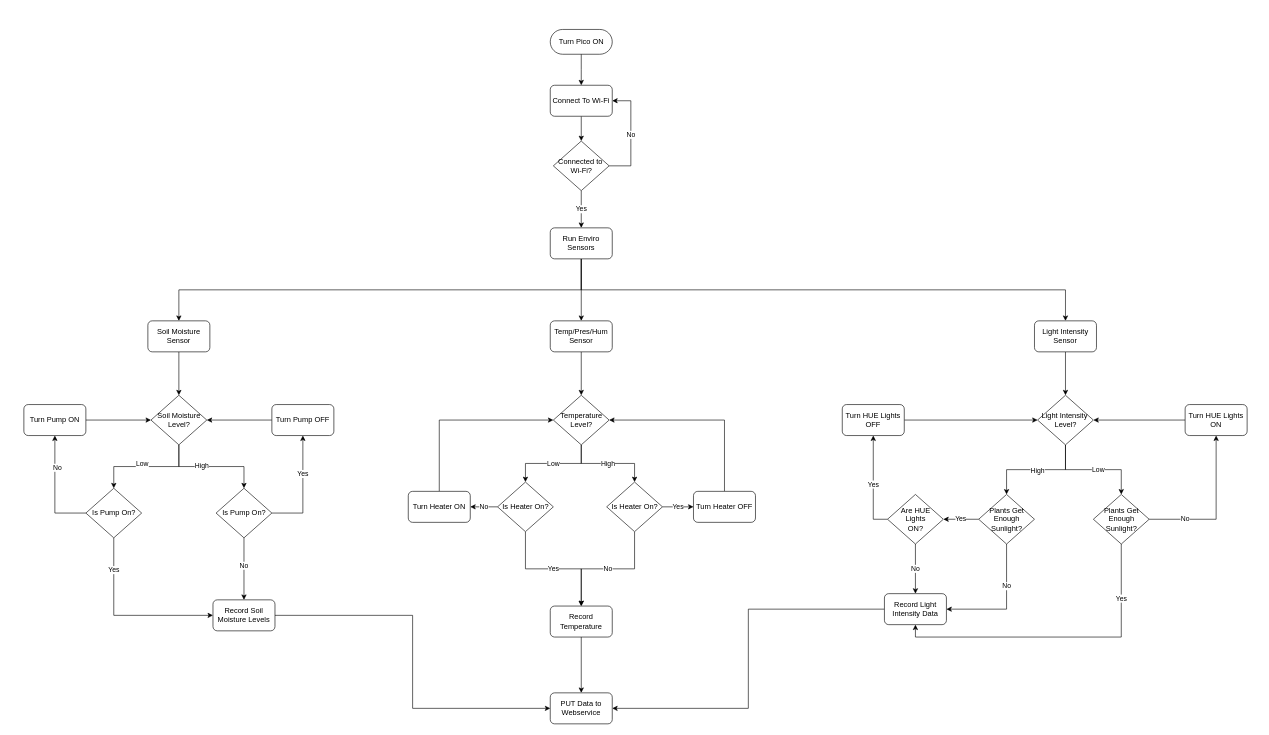
Above: Greenhouse.drawio in gagansopori/smart-greenhouse (draw.io), before the change. Source tidied: cells renumbered, new cells numbered last; positions are measured from the earlier drawing's top-left corner, leaving out a move shared by most shapes. Both pictures are drawn from the tidied source at 62%, with x=0, y=0 at pixel (24, 29).
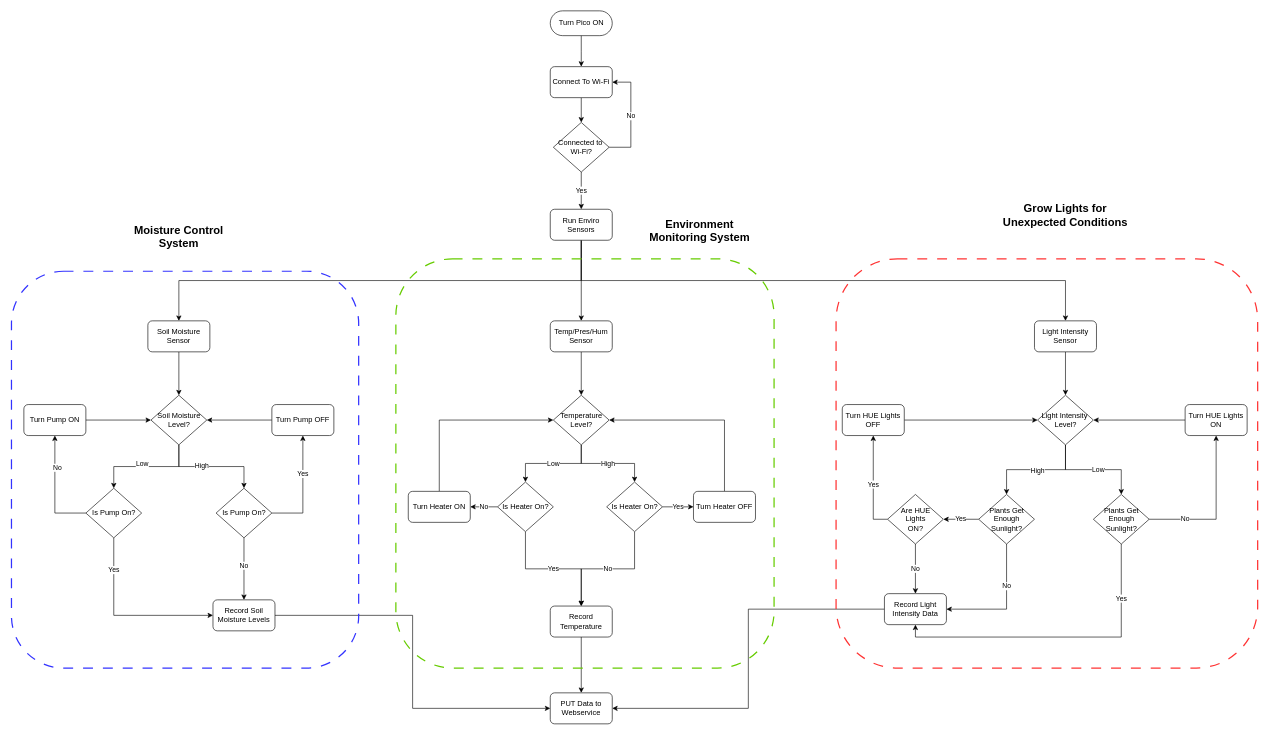
After the change.

Change to the diagram source:
```diff
@@
     <mxCell id="2" style="edgeStyle=orthogonalEdgeStyle;rounded=0;jettySize=auto;html=1;exitX=0.5;exitY=0.5;exitDx=0;exitDy=15;exitPerimeter=0;entryX=0.5;entryY=0;entryDx=0;entryDy=0;" parent="1" edge="1" source="3">
       <mxGeometry relative="1" as="geometry">
-        <mxPoint x="899" y="90" as="targetPoint" />
+        <mxPoint x="899" y="60" as="targetPoint" />
       </mxGeometry>
     </mxCell>
     <mxCell id="3" value="Turn Pico ON" style="html=1;dashed=0;whitespace=wrap;shape=mxgraph.dfd.start;" parent="1" vertex="1">
-      <mxGeometry x="849" width="100" height="40" as="geometry" />
+      <mxGeometry x="849" y="-30" width="100" height="40" as="geometry" />
     </mxCell>
     <mxCell id="4" value="No" style="edgeStyle=orthogonalEdgeStyle;rounded=0;jettySize=auto;html=1;exitX=1;exitY=0.5;exitDx=0;exitDy=0;entryX=1;entryY=0.5;entryDx=0;entryDy=0;" parent="1" edge="1" source="6" target="8">
       <mxGeometry relative="1" as="geometry">
         <Array as="points">
-          <mxPoint x="979" y="220" />
-          <mxPoint x="979" y="115" />
+          <mxPoint x="979" y="190" />
+          <mxPoint x="979" y="85" />
         </Array>
       </mxGeometry>
     </mxCell>
@@
     <mxCell id="6" value="Connected to&amp;nbsp;&lt;br&gt;Wi-Fi?" style="shape=rhombus;html=1;dashed=0;whitespace=wrap;perimeter=rhombusPerimeter;" parent="1" vertex="1">
-      <mxGeometry x="854" y="180" width="90" height="80" as="geometry" />
+      <mxGeometry x="854" y="150" width="90" height="80" as="geometry" />
     </mxCell>
@@
     <mxCell id="8" value="Connect To Wi-Fi" style="rounded=1;whiteSpace=wrap;html=1;absoluteArcSize=1;arcSize=14;strokeWidth=1;" parent="1" vertex="1">
-      <mxGeometry x="849" y="90" width="100" height="50" as="geometry" />
+      <mxGeometry x="849" y="60" width="100" height="50" as="geometry" />
     </mxCell>
@@
     <mxCell id="12" value="Run Enviro Sensors" style="rounded=1;whiteSpace=wrap;html=1;absoluteArcSize=1;arcSize=14;strokeWidth=1;" parent="1" vertex="1">
-      <mxGeometry x="849" y="320" width="100" height="50" as="geometry" />
+      <mxGeometry x="849" y="290" width="100" height="50" as="geometry" />
     </mxCell>
@@
+    <mxCell id="72" style="rounded=1;whiteSpace=wrap;html=1;fillColor=none;dashed=1;dashPattern=8 8;strokeWidth=2;perimeterSpacing=0;strokeColor=#FF3333;" parent="1" vertex="1">
+      <mxGeometry x="1310" y="370" width="680" height="660" as="geometry" />
+    </mxCell>
+    <mxCell id="73" value="&lt;b&gt;&lt;font style=&quot;font-size: 18px;&quot;&gt;Grow Lights for Unexpected Conditions&lt;/font&gt;&lt;/b&gt;" style="text;html=1;strokeColor=none;fillColor=none;align=center;verticalAlign=middle;whiteSpace=wrap;rounded=0;" parent="1" vertex="1">
+      <mxGeometry x="1565" y="270" width="230" height="60" as="geometry" />
+    </mxCell>
+    <mxCell id="74" style="rounded=1;whiteSpace=wrap;html=1;fillColor=none;dashed=1;dashPattern=8 8;strokeWidth=2;strokeColor=#3333FF;" parent="1" vertex="1">
+      <mxGeometry x="-20" y="390" width="560" height="640" as="geometry" />
+    </mxCell>
+    <mxCell id="75" value="&lt;font style=&quot;font-size: 18px;&quot;&gt;&lt;b&gt;Moisture Control System&lt;/b&gt;&lt;/font&gt;" style="text;html=1;strokeColor=none;fillColor=none;align=center;verticalAlign=middle;whiteSpace=wrap;rounded=0;" parent="1" vertex="1">
+      <mxGeometry x="160" y="320" width="180" height="30" as="geometry" />
+    </mxCell>
+    <mxCell id="76" style="rounded=1;whiteSpace=wrap;html=1;fillColor=none;dashed=1;dashPattern=8 8;strokeWidth=2;perimeterSpacing=0;strokeColor=#66CC00;" parent="1" vertex="1">
+      <mxGeometry x="600" y="370" width="610" height="660" as="geometry" />
+    </mxCell>
+    <mxCell id="77" value="&lt;font style=&quot;font-size: 18px;&quot;&gt;&lt;b&gt;Environment Monitoring System&lt;/b&gt;&lt;/font&gt;" style="text;html=1;align=center;verticalAlign=middle;whiteSpace=wrap;rounded=0;" parent="1" vertex="1">
+      <mxGeometry x="990" y="310" width="200" height="30" as="geometry" />
+    </mxCell>
```
